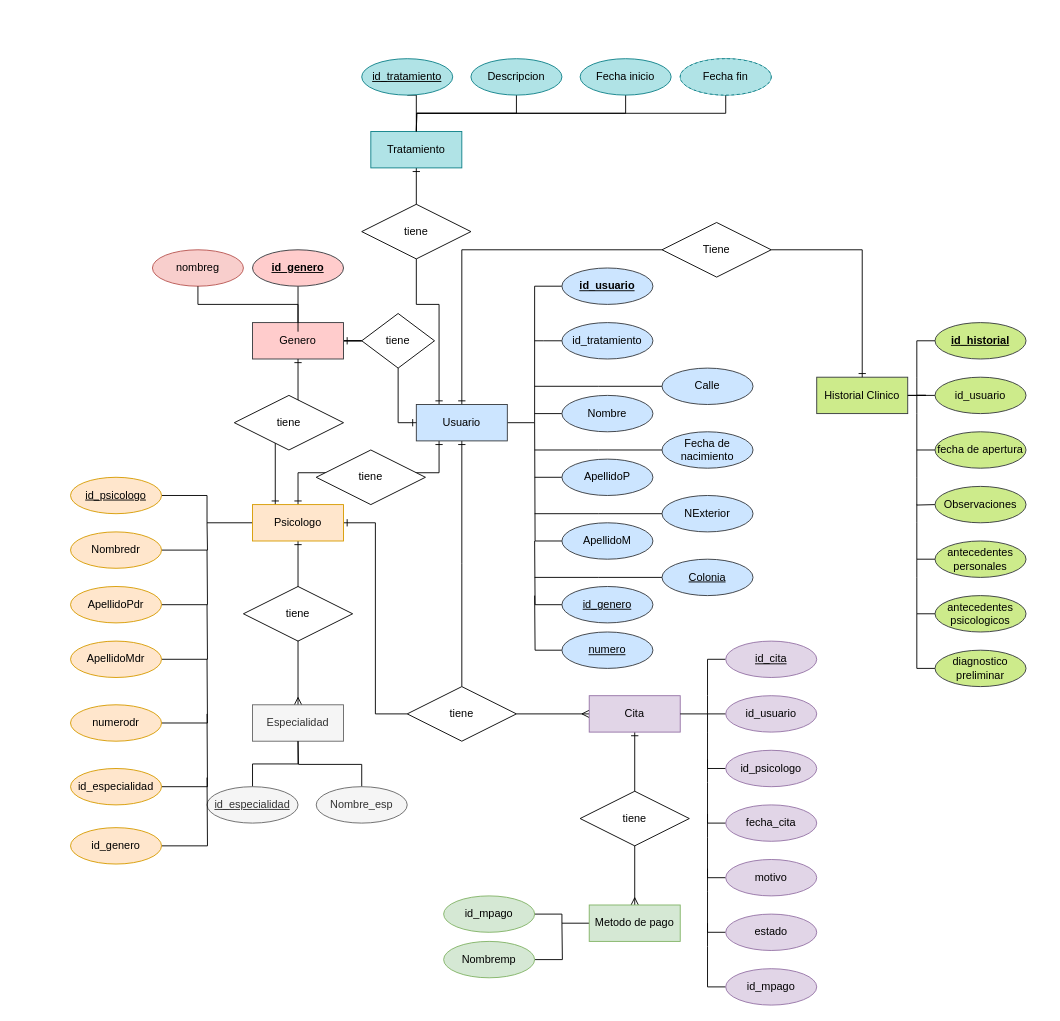
achel13/drawio keeps this draw.io diagram as page "Modelo Entidad Relacion" (1 of 2) of BD Gestion psicologia.drawio. Above is the earlier version. Source tidied: cells renumbered, new cells numbered last; positions are measured from the earlier drawing's top-left corner, leaving out a move shared by most shapes. Both pictures are drawn from the tidied source at 91%, with x=0, y=0 at pixel (70, 58).
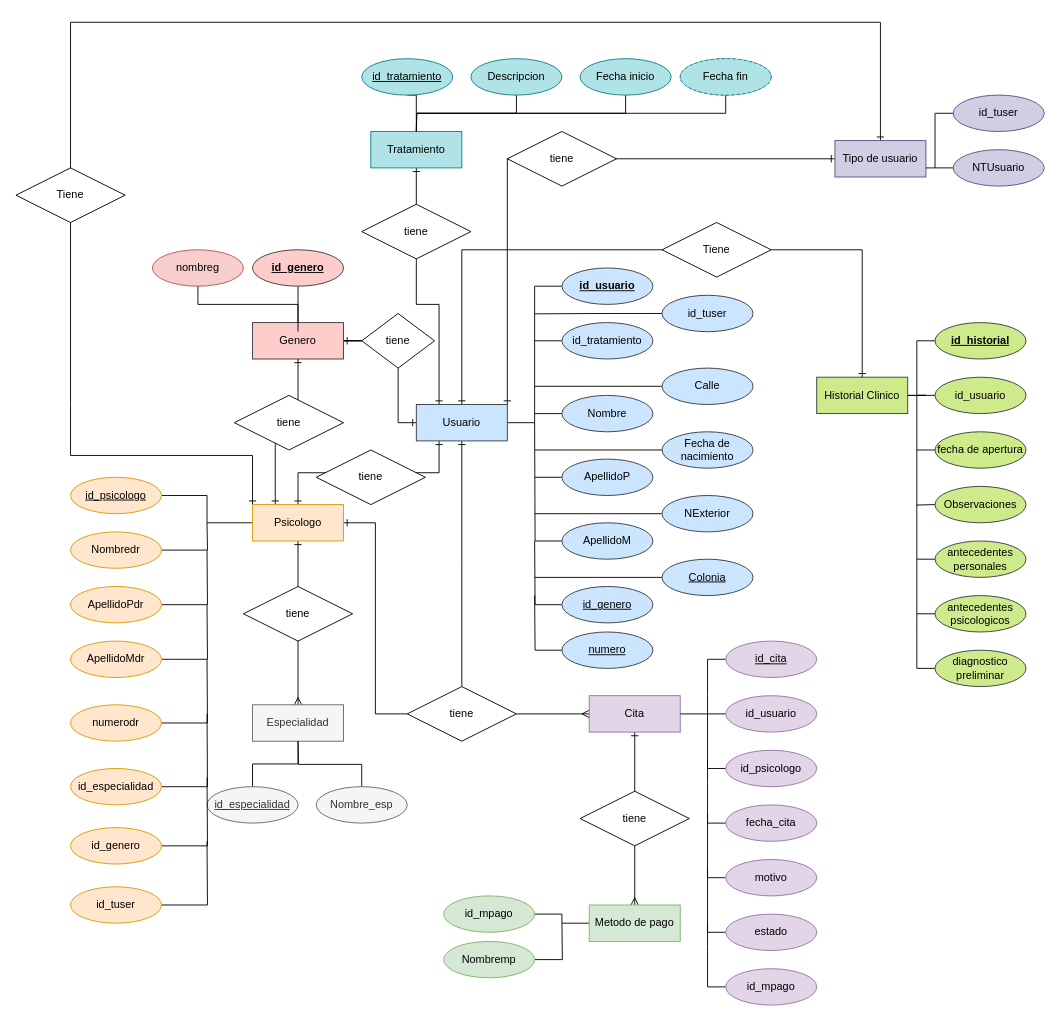
The same page after the edit.

Unchanged cells that the change refers to:
```xml
<mxCell id="7" value="Usuario" style="whiteSpace=wrap;html=1;align=center;fillColor=#cce5ff;strokeColor=#36393d;" parent="1" vertex="1">
  <mxGeometry x="380" y="380" width="100" height="40" as="geometry" />
</mxCell>
<mxCell id="67" value="Psicologo" style="whiteSpace=wrap;html=1;align=center;fillColor=#ffe6cc;strokeColor=#d79b00;" parent="1" vertex="1">
  <mxGeometry x="200" y="490" width="100" height="40" as="geometry" />
</mxCell>
```

What changed in the source:
```diff
@@
+    <mxCell id="116" style="edgeStyle=orthogonalEdgeStyle;rounded=0;jettySize=auto;html=1;exitX=1;exitY=0;exitDx=0;exitDy=0;entryX=0;entryY=0.5;entryDx=0;entryDy=0;startArrow=ERone;startFill=0;endArrow=ERone;endFill=0;" parent="1" edge="1" source="7" target="119">
+      <mxGeometry relative="1" as="geometry" />
+    </mxCell>
@@
+    <mxCell id="117" style="edgeStyle=orthogonalEdgeStyle;rounded=0;jettySize=auto;html=1;exitX=0;exitY=0;exitDx=0;exitDy=0;endArrow=none;endFill=0;startArrow=ERone;startFill=0;" parent="1" edge="1" source="67">
+      <mxGeometry relative="1" as="geometry">
+        <mxPoint y="-40" as="targetPoint" />
+        <Array as="points">
+          <mxPoint x="200" y="436" />
+          <mxPoint y="436" />
+          <mxPoint y="380" />
+        </Array>
+      </mxGeometry>
+    </mxCell>
@@
+    <mxCell id="118" style="edgeStyle=orthogonalEdgeStyle;rounded=0;jettySize=auto;html=1;exitX=0.5;exitY=0;exitDx=0;exitDy=0;endArrow=none;endFill=0;startArrow=ERone;startFill=0;" parent="1" edge="1" source="119">
+      <mxGeometry relative="1" as="geometry">
+        <mxPoint y="-40" as="targetPoint" />
+        <Array as="points">
+          <mxPoint x="890" y="-40" />
+        </Array>
+      </mxGeometry>
+    </mxCell>
+    <mxCell id="119" value="Tipo de usuario" style="whiteSpace=wrap;html=1;align=center;fillColor=#d0cee2;strokeColor=#56517e;" parent="1" vertex="1">
+      <mxGeometry x="840" y="90" width="100" height="40" as="geometry" />
+    </mxCell>
+    <mxCell id="120" value="tiene" style="shape=rhombus;perimeter=rhombusPerimeter;whiteSpace=wrap;html=1;align=center;" parent="1" vertex="1">
+      <mxGeometry x="480" y="80" width="120" height="60" as="geometry" />
+    </mxCell>
+    <mxCell id="121" style="edgeStyle=orthogonalEdgeStyle;rounded=0;jettySize=auto;html=1;endArrow=none;endFill=0;" parent="1" edge="1" source="122">
+      <mxGeometry relative="1" as="geometry">
+        <mxPoint x="950" y="120" as="targetPoint" />
+      </mxGeometry>
+    </mxCell>
+    <mxCell id="122" value="id_tuser" style="ellipse;whiteSpace=wrap;html=1;align=center;fillColor=#d0cee2;strokeColor=#56517e;" parent="1" vertex="1">
+      <mxGeometry x="970" y="40" width="100" height="40" as="geometry" />
+    </mxCell>
+    <mxCell id="123" style="edgeStyle=orthogonalEdgeStyle;rounded=0;jettySize=auto;html=1;exitX=0;exitY=0.5;exitDx=0;exitDy=0;entryX=1;entryY=0.75;entryDx=0;entryDy=0;endArrow=none;endFill=0;" parent="1" edge="1" source="124" target="119">
+      <mxGeometry relative="1" as="geometry" />
+    </mxCell>
+    <mxCell id="124" value="NTUsuario" style="ellipse;whiteSpace=wrap;html=1;align=center;fillColor=#d0cee2;strokeColor=#56517e;" parent="1" vertex="1">
+      <mxGeometry x="970" y="100" width="100" height="40" as="geometry" />
+    </mxCell>
+    <mxCell id="125" style="edgeStyle=orthogonalEdgeStyle;rounded=0;jettySize=auto;html=1;exitX=0;exitY=0.5;exitDx=0;exitDy=0;endArrow=none;endFill=0;" parent="1" edge="1" source="126">
+      <mxGeometry relative="1" as="geometry">
+        <mxPoint x="510" y="280.4" as="targetPoint" />
+      </mxGeometry>
+    </mxCell>
+    <mxCell id="126" value="id_tuser" style="ellipse;whiteSpace=wrap;html=1;align=center;fillColor=#cce5ff;strokeColor=#36393d;" parent="1" vertex="1">
+      <mxGeometry x="650" y="260" width="100" height="40" as="geometry" />
+    </mxCell>
+    <mxCell id="127" value="Tiene" style="shape=rhombus;perimeter=rhombusPerimeter;whiteSpace=wrap;html=1;align=center;" parent="1" vertex="1">
+      <mxGeometry x="-60" y="120" width="120" height="60" as="geometry" />
+    </mxCell>
+    <mxCell id="128" style="edgeStyle=orthogonalEdgeStyle;rounded=0;jettySize=auto;html=1;endArrow=none;endFill=0;" parent="1" edge="1" source="129">
+      <mxGeometry relative="1" as="geometry">
+        <mxPoint x="150" y="860" as="targetPoint" />
+      </mxGeometry>
+    </mxCell>
+    <mxCell id="129" value="id_tuser" style="ellipse;whiteSpace=wrap;html=1;align=center;fillColor=#ffe6cc;strokeColor=#d79b00;" parent="1" vertex="1">
+      <mxGeometry y="910" width="100" height="40" as="geometry" />
+    </mxCell>
```
